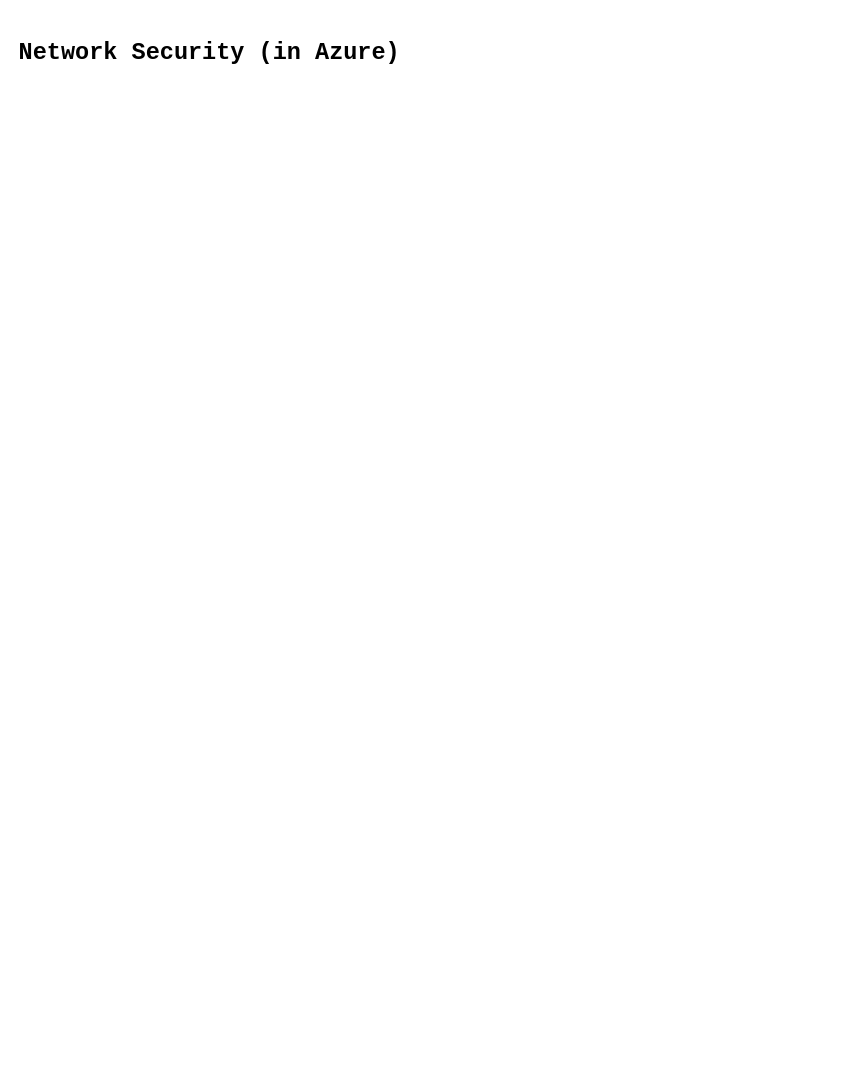
Earlier version of the draw.io diagram page "Network Security" (2 of 2) of Cloud/Infrastructure_Security.drawio (hmahmood2351/Home_Labs). Source tidied: cells renumbered, new cells numbered last; positions are measured from the earlier drawing's top-left corner, leaving out a move shared by most shapes. Both pictures are drawn from the tidied source at 98%, with x=0, y=0 at pixel (17, 17).
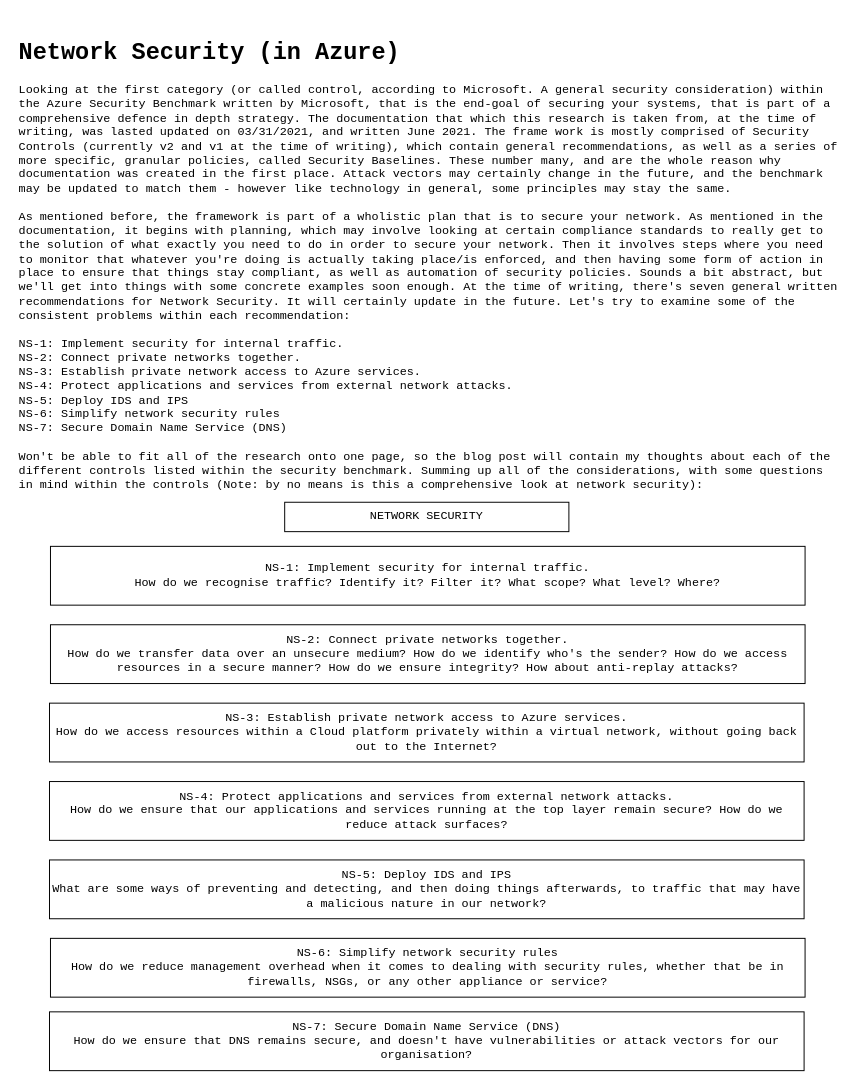
After the change.

What changed in the source:
```diff
@@
 <mxGraphModel>
   <root>
     <mxCell id="0" />
     <mxCell id="1" parent="0" />
-    <mxCell id="2" value="&lt;h1 style=&quot;color: rgb(0 , 0 , 0) ; font-family: &amp;#34;courier new&amp;#34; ; font-style: normal ; letter-spacing: normal ; text-align: left ; text-indent: 0px ; text-transform: none ; word-spacing: 0px&quot;&gt;Network Security (in Azure)&lt;/h1&gt;&lt;div&gt;&lt;br&gt;&lt;/div&gt;" style="text;html=1;fontFamily=Courier New;labelBackgroundColor=none;verticalAlign=top;whiteSpace=wrap;" parent="1" vertex="1">
-      <mxGeometry width="838" height="800" as="geometry" />
+    <mxCell id="2" value="&lt;h1 style=&quot;color: rgb(0 , 0 , 0) ; font-family: &amp;#34;courier new&amp;#34; ; font-style: normal ; letter-spacing: normal ; text-align: left ; text-indent: 0px ; text-transform: none ; word-spacing: 0px&quot;&gt;Network Security (in Azure)&lt;/h1&gt;&lt;div&gt;Looking at the first category (or called control, according to Microsoft. A general security consideration) within the Azure Security Benchmark written by Microsoft, that is the end-goal of securing your systems, that is part of a comprehensive defence in depth strategy. The documentation that which this research is taken from, at the time of writing, was lasted updated on&amp;nbsp;03/31/2021, and written June 2021. The frame work is mostly comprised of Security Controls (currently v2 and v1 at the time of writing), which contain general recommendations, as well as a series of more specific, granular policies, called Security Baselines. These number many, and are the whole reason why documentation was created in the first place. Attack vectors may certainly change in the future, and the benchmark may be updated to match them - however like technology in general, some principles may stay the same.&lt;/div&gt;&lt;div&gt;&lt;br&gt;&lt;/div&gt;&lt;div&gt;As mentioned before, the framework is part of a wholistic plan that is to secure your network. As mentioned in the documentation, it begins with planning, which may involve looking at certain compliance standards to really get to the solution of what exactly you need to do in order to secure your network. Then it involves steps where you need to monitor that whatever you're doing is actually taking place/is enforced, and then having some form of action in place to ensure that things stay compliant, as well as automation of security policies. Sounds a bit abstract, but we'll get into things with some concrete examples soon enough.&amp;nbsp;&lt;span&gt;At the time of writing, there's seven general written recommendations for Network Security. It will certainly update in the future. Let's try to examine some of the consistent problems within each recommendation:&lt;/span&gt;&lt;/div&gt;&lt;div&gt;&lt;br&gt;&lt;/div&gt;&lt;div&gt;&lt;div&gt;NS-1: Implement security for internal traffic.&lt;/div&gt;&lt;div&gt;NS-2: Connect private networks together.&lt;/div&gt;&lt;div&gt;NS-3: Establish private network access to Azure services.&lt;/div&gt;&lt;div&gt;NS-4: Protect applications and services from external network attacks.&lt;/div&gt;&lt;div&gt;NS-5: Deploy IDS and IPS&lt;/div&gt;&lt;div&gt;&lt;span&gt;NS-6: Simplify network security rules&lt;/span&gt;&lt;/div&gt;&lt;div&gt;NS-7: Secure Domain Name Service (DNS)&lt;/div&gt;&lt;/div&gt;&lt;div&gt;&lt;br&gt;&lt;/div&gt;&lt;div&gt;Won't be able to fit all of the research onto one page, so the blog post will contain my thoughts about each of the different controls listed within the security benchmark. Summing up all of the considerations, with some questions in mind within the controls (Note: by no means is this a comprehensive look at network security):&lt;/div&gt;&lt;span style=&quot;text-align: center&quot;&gt;&lt;br&gt;&lt;/span&gt;&lt;div&gt;&lt;br&gt;&lt;/div&gt;&lt;div&gt;&lt;br&gt;&lt;/div&gt;" style="text;html=1;fontFamily=Courier New;labelBackgroundColor=none;verticalAlign=top;whiteSpace=wrap;" parent="1" vertex="1">
+      <mxGeometry width="838" height="560" as="geometry" />
     </mxCell>
+    <mxCell id="3" value="NETWORK SECURITY" style="rounded=0;whiteSpace=wrap;html=1;fontFamily=Courier New;align=center;" parent="1" vertex="1">
+      <mxGeometry x="273" y="495" width="290" height="30" as="geometry" />
+    </mxCell>
+    <mxCell id="4" value="&lt;div style=&quot;&quot;&gt;NS-1: Implement security for internal traffic.&lt;/div&gt;&lt;div&gt;How do we recognise traffic? Identify it? Filter it? What scope? What level? Where?&lt;/div&gt;" style="rounded=0;whiteSpace=wrap;html=1;fontFamily=Courier New;align=center;" parent="1" vertex="1">
+      <mxGeometry x="34" y="540" width="770" height="60" as="geometry" />
+    </mxCell>
+    <mxCell id="5" value="&lt;div&gt;&lt;div&gt;NS-2: Connect private networks together.&lt;/div&gt;&lt;/div&gt;&lt;div&gt;How do we transfer data over an unsecure medium? How do we identify who's the sender? How do we access resources in a secure manner? How do we ensure integrity? How about anti-replay attacks?&lt;/div&gt;" style="rounded=0;whiteSpace=wrap;html=1;fontFamily=Courier New;align=center;" parent="1" vertex="1">
+      <mxGeometry x="34" y="620" width="770" height="60" as="geometry" />
+    </mxCell>
+    <mxCell id="6" value="&lt;div&gt;&lt;div&gt;NS-3: Establish private network access to Azure services.&lt;/div&gt;&lt;/div&gt;&lt;div&gt;How do we access resources within a Cloud platform privately within a virtual network, without going back out to the Internet?&lt;/div&gt;" style="rounded=0;whiteSpace=wrap;html=1;fontFamily=Courier New;align=center;" parent="1" vertex="1">
+      <mxGeometry x="33" y="700" width="770" height="60" as="geometry" />
+    </mxCell>
+    <mxCell id="7" value="&lt;div&gt;&lt;div&gt;NS-4: Protect applications and services from external network attacks.&lt;/div&gt;&lt;/div&gt;&lt;div&gt;How do we ensure that our applications and services running at the top layer remain secure? How do we reduce attack surfaces?&lt;/div&gt;" style="rounded=0;whiteSpace=wrap;html=1;fontFamily=Courier New;align=center;" parent="1" vertex="1">
+      <mxGeometry x="33" y="780" width="770" height="60" as="geometry" />
+    </mxCell>
+    <mxCell id="8" value="&lt;div&gt;&lt;div&gt;NS-5: Deploy IDS and IPS&lt;/div&gt;&lt;/div&gt;&lt;div&gt;What are some ways of preventing and detecting, and then doing things afterwards, to traffic that may have a malicious nature in our network?&lt;/div&gt;" style="rounded=0;whiteSpace=wrap;html=1;fontFamily=Courier New;align=center;" parent="1" vertex="1">
+      <mxGeometry x="33" y="860" width="770" height="60" as="geometry" />
+    </mxCell>
+    <mxCell id="9" value="&lt;div&gt;&lt;div&gt;NS-6: Simplify network security rules&lt;/div&gt;&lt;/div&gt;&lt;div&gt;How do we reduce management overhead when it comes to dealing with security rules, whether that be in firewalls, NSGs, or any other appliance or service?&lt;/div&gt;" style="rounded=0;whiteSpace=wrap;html=1;fontFamily=Courier New;align=center;" parent="1" vertex="1">
+      <mxGeometry x="34" y="940" width="770" height="60" as="geometry" />
+    </mxCell>
+    <mxCell id="10" value="&lt;div&gt;&lt;div&gt;NS-7: Secure Domain Name Service (DNS)&lt;/div&gt;&lt;div&gt;How do we ensure that DNS remains secure, and doesn't have vulnerabilities or attack vectors for our organisation?&lt;/div&gt;&lt;/div&gt;" style="rounded=0;whiteSpace=wrap;html=1;fontFamily=Courier New;align=center;" parent="1" vertex="1">
+      <mxGeometry x="33" y="1015" width="770" height="60" as="geometry" />
+    </mxCell>
   </root>
 </mxGraphModel>
```
